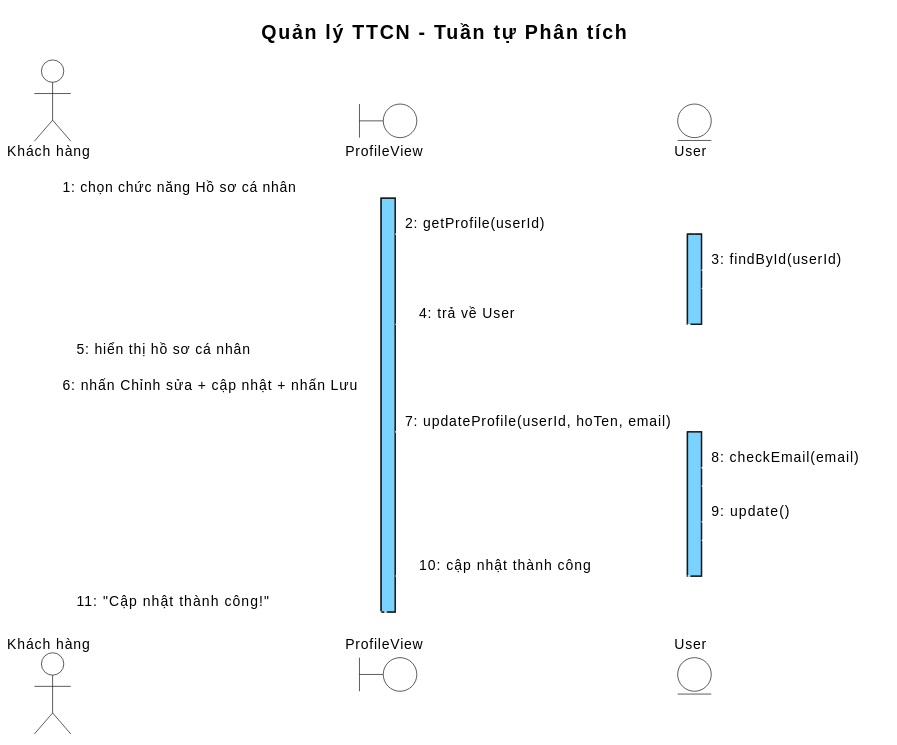
Above: output/diagrams/account_seq_profile_analysis.svg in thanhtrnnn/cnpm (PlantUML), before the change.
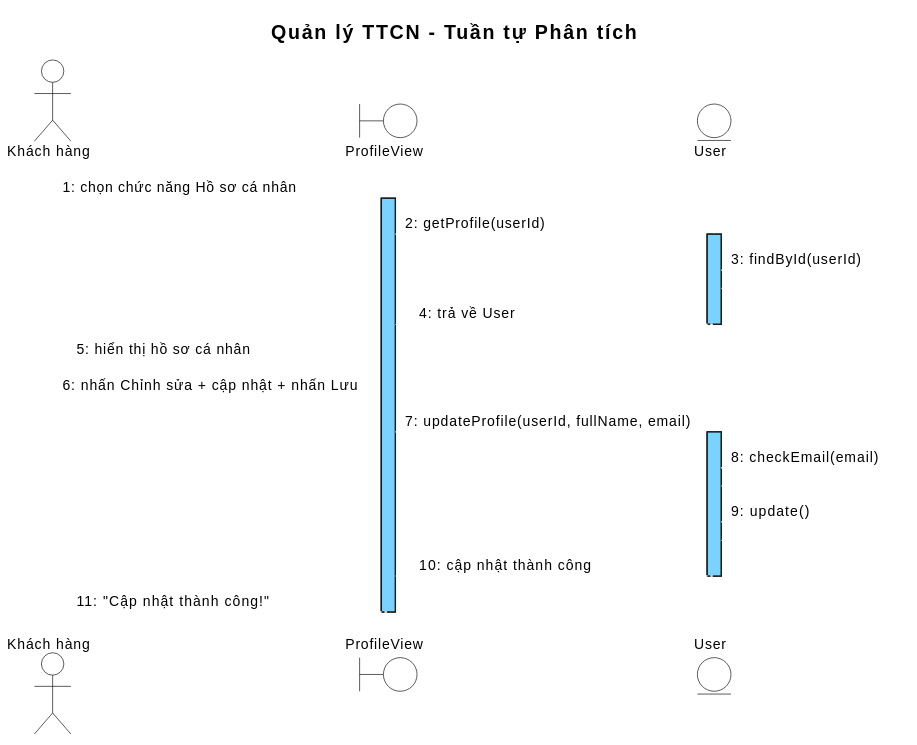
After the change.

Diff of the diagram source:
```diff
@@ -35,7 +35,7 @@
 deactivate E1
 B1 --> KH : 5: hiển thị hồ sơ cá nhân
 KH -> B1 : 6: nhấn Chỉnh sửa + cập nhật + nhấn Lưu
-B1 -> E1 : 7: updateProfile(userId, hoTen, email)
+B1 -> E1 : 7: updateProfile(userId, fullName, email)
 activate E1
 E1 -> E1 : 8: checkEmail(email)
 E1 -> E1 : 9: update()
```
